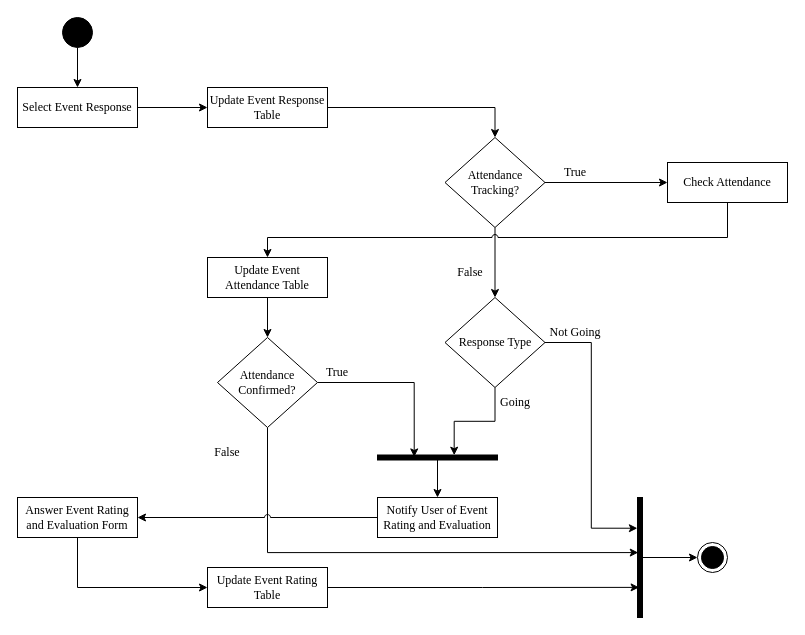
Above: page "Attendance" (11 of 12) of ConnexUs_Chap3.drawio in gvillanueva01/ConnexUs_diagrams (draw.io), before the change. Source tidied: cells renumbered, new cells numbered last; positions are measured from the earlier drawing's top-left corner, leaving out a move shared by most shapes. Both pictures are drawn from the tidied source at 100%, with x=0, y=0 at pixel (17, 17).
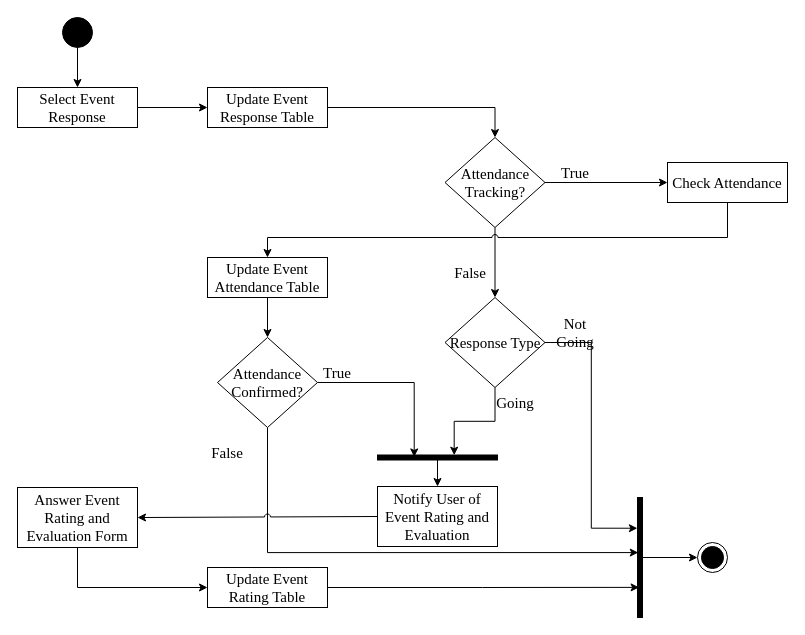
After the change.

The edit, as a diff of the source:
```diff
@@
-    <mxCell id="2" style="edgeStyle=orthogonalEdgeStyle;rounded=0;jettySize=auto;html=1;" parent="1" edge="1" source="3" target="5">
+    <mxCell id="2" style="edgeStyle=orthogonalEdgeStyle;rounded=0;jettySize=auto;html=1;fontSize=15;" parent="1" edge="1" source="3" target="5">
       <mxGeometry relative="1" as="geometry" />
     </mxCell>
-    <mxCell id="3" style="ellipse;fillColor=strokeColor;html=1;" parent="1" vertex="1">
+    <mxCell id="3" style="ellipse;fillColor=strokeColor;html=1;fontSize=15;" parent="1" vertex="1">
       <mxGeometry x="45" width="30" height="30" as="geometry" />
     </mxCell>
-    <mxCell id="4" style="edgeStyle=orthogonalEdgeStyle;rounded=0;jettySize=auto;html=1;" parent="1" edge="1" source="5" target="15">
+    <mxCell id="4" style="edgeStyle=orthogonalEdgeStyle;rounded=0;jettySize=auto;html=1;fontSize=15;" parent="1" edge="1" source="5" target="15">
       <mxGeometry relative="1" as="geometry" />
     </mxCell>
-    <mxCell id="5" value="Select Event Response" style="rounded=0;whiteSpace=wrap;html=1;fontFamily=Times New Roman;" parent="1" vertex="1">
+    <mxCell id="5" value="Select Event Response" style="rounded=0;whiteSpace=wrap;html=1;fontFamily=Times New Roman;fontSize=15;" parent="1" vertex="1">
       <mxGeometry y="70" width="120" height="40" as="geometry" />
     </mxCell>
-    <mxCell id="6" style="edgeStyle=orthogonalEdgeStyle;rounded=0;jettySize=auto;html=1;entryX=0.039;entryY=0.361;entryDx=0;entryDy=0;entryPerimeter=0;" parent="1" edge="1" source="8" target="10">
+    <mxCell id="6" style="edgeStyle=orthogonalEdgeStyle;rounded=0;jettySize=auto;html=1;entryX=0.039;entryY=0.361;entryDx=0;entryDy=0;entryPerimeter=0;fontSize=15;" parent="1" edge="1" source="8" target="10">
       <mxGeometry relative="1" as="geometry" />
     </mxCell>
-    <mxCell id="7" style="edgeStyle=orthogonalEdgeStyle;rounded=0;jettySize=auto;html=1;exitX=1;exitY=0.5;exitDx=0;exitDy=0;entryX=1.026;entryY=0.744;entryDx=0;entryDy=0;entryPerimeter=0;" parent="1" edge="1" source="8" target="37">
+    <mxCell id="7" style="edgeStyle=orthogonalEdgeStyle;rounded=0;jettySize=auto;html=1;exitX=1;exitY=0.5;exitDx=0;exitDy=0;entryX=1.026;entryY=0.744;entryDx=0;entryDy=0;entryPerimeter=0;fontSize=15;" parent="1" edge="1" source="8" target="37">
       <mxGeometry relative="1" as="geometry" />
     </mxCell>
-    <mxCell id="8" value="&lt;font face=&quot;Times New Roman&quot;&gt;Response Type&lt;/font&gt;" style="shape=rhombus;html=1;dashed=0;whiteSpace=wrap;perimeter=rhombusPerimeter;" parent="1" vertex="1">
+    <mxCell id="8" value="&lt;font face=&quot;Times New Roman&quot; style=&quot;font-size: 15px;&quot;&gt;Response Type&lt;/font&gt;" style="shape=rhombus;html=1;dashed=0;whiteSpace=wrap;perimeter=rhombusPerimeter;fontSize=15;" parent="1" vertex="1">
       <mxGeometry x="427.5" y="280" width="100" height="90" as="geometry" />
     </mxCell>
-    <mxCell id="9" style="edgeStyle=orthogonalEdgeStyle;rounded=0;jettySize=auto;html=1;entryX=0.5;entryY=0;entryDx=0;entryDy=0;" parent="1" edge="1" source="10" target="29">
+    <mxCell id="9" style="edgeStyle=orthogonalEdgeStyle;rounded=0;jettySize=auto;html=1;entryX=0.5;entryY=0;entryDx=0;entryDy=0;fontSize=15;" parent="1" edge="1" source="10" target="29">
       <mxGeometry relative="1" as="geometry" />
     </mxCell>
-    <mxCell id="10" style="html=1;points=[];perimeter=orthogonalPerimeter;fillColor=strokeColor;rotation=90;" parent="1" vertex="1">
+    <mxCell id="10" style="html=1;points=[];perimeter=orthogonalPerimeter;fillColor=strokeColor;rotation=90;fontSize=15;" parent="1" vertex="1">
       <mxGeometry x="417.5" y="380" width="5" height="120" as="geometry" />
     </mxCell>
-    <mxCell id="11" style="ellipse;html=1;shape=endState;fillColor=strokeColor;" parent="1" vertex="1">
+    <mxCell id="11" style="ellipse;html=1;shape=endState;fillColor=strokeColor;fontSize=15;" parent="1" vertex="1">
       <mxGeometry x="680" y="525" width="30" height="30" as="geometry" />
     </mxCell>
-    <mxCell id="12" value="Going" style="text;html=1;strokeColor=none;fillColor=none;align=center;verticalAlign=middle;whiteSpace=wrap;rounded=0;fontFamily=Times New Roman;" parent="1" vertex="1">
+    <mxCell id="12" value="Going" style="text;html=1;strokeColor=none;fillColor=none;align=center;verticalAlign=middle;whiteSpace=wrap;rounded=0;fontFamily=Times New Roman;fontSize=15;" parent="1" vertex="1">
       <mxGeometry x="467.5" y="370" width="60" height="30" as="geometry" />
     </mxCell>
-    <mxCell id="13" value="Not Going" style="text;html=1;strokeColor=none;fillColor=none;align=center;verticalAlign=middle;whiteSpace=wrap;rounded=0;fontFamily=Times New Roman;" parent="1" vertex="1">
+    <mxCell id="13" value="Not Going" style="text;html=1;strokeColor=none;fillColor=none;align=center;verticalAlign=middle;whiteSpace=wrap;rounded=0;fontFamily=Times New Roman;fontSize=15;" parent="1" vertex="1">
       <mxGeometry x="527.5" y="300" width="60" height="30" as="geometry" />
     </mxCell>
-    <mxCell id="14" style="edgeStyle=orthogonalEdgeStyle;rounded=0;jettySize=auto;html=1;entryX=0.5;entryY=0;entryDx=0;entryDy=0;" parent="1" edge="1" source="15" target="18">
+    <mxCell id="14" style="edgeStyle=orthogonalEdgeStyle;rounded=0;jettySize=auto;html=1;entryX=0.5;entryY=0;entryDx=0;entryDy=0;fontSize=15;" parent="1" edge="1" source="15" target="18">
       <mxGeometry relative="1" as="geometry" />
     </mxCell>
-    <mxCell id="15" value="Update Event Response Table" style="rounded=0;whiteSpace=wrap;html=1;fontFamily=Times New Roman;" parent="1" vertex="1">
+    <mxCell id="15" value="Update Event Response Table" style="rounded=0;whiteSpace=wrap;html=1;fontFamily=Times New Roman;fontSize=15;" parent="1" vertex="1">
       <mxGeometry x="190" y="70" width="120" height="40" as="geometry" />
     </mxCell>
-    <mxCell id="16" style="edgeStyle=orthogonalEdgeStyle;rounded=0;jettySize=auto;html=1;entryX=0;entryY=0.5;entryDx=0;entryDy=0;" parent="1" edge="1" source="18" target="21">
+    <mxCell id="16" style="edgeStyle=orthogonalEdgeStyle;rounded=0;jettySize=auto;html=1;entryX=0;entryY=0.5;entryDx=0;entryDy=0;fontSize=15;" parent="1" edge="1" source="18" target="21">
       <mxGeometry relative="1" as="geometry" />
     </mxCell>
-    <mxCell id="17" style="edgeStyle=orthogonalEdgeStyle;rounded=0;jettySize=auto;html=1;" parent="1" edge="1" source="18" target="8">
+    <mxCell id="17" style="edgeStyle=orthogonalEdgeStyle;rounded=0;jettySize=auto;html=1;fontSize=15;" parent="1" edge="1" source="18" target="8">
       <mxGeometry relative="1" as="geometry" />
     </mxCell>
-    <mxCell id="18" value="&lt;font face=&quot;Times New Roman&quot;&gt;Attendance Tracking?&lt;/font&gt;" style="shape=rhombus;html=1;dashed=0;whiteSpace=wrap;perimeter=rhombusPerimeter;" parent="1" vertex="1">
+    <mxCell id="18" value="&lt;font face=&quot;Times New Roman&quot; style=&quot;font-size: 15px;&quot;&gt;Attendance Tracking?&lt;/font&gt;" style="shape=rhombus;html=1;dashed=0;whiteSpace=wrap;perimeter=rhombusPerimeter;fontSize=15;" parent="1" vertex="1">
       <mxGeometry x="427.5" y="120" width="100" height="90" as="geometry" />
     </mxCell>
-    <mxCell id="19" value="False" style="text;html=1;strokeColor=none;fillColor=none;align=center;verticalAlign=middle;whiteSpace=wrap;rounded=0;fontFamily=Times New Roman;" parent="1" vertex="1">
+    <mxCell id="19" value="False" style="text;html=1;strokeColor=none;fillColor=none;align=center;verticalAlign=middle;whiteSpace=wrap;rounded=0;fontFamily=Times New Roman;fontSize=15;" parent="1" vertex="1">
       <mxGeometry x="422.5" y="240" width="60" height="30" as="geometry" />
     </mxCell>
-    <mxCell id="20" style="edgeStyle=orthogonalEdgeStyle;rounded=0;jettySize=auto;html=1;entryX=0.5;entryY=0;entryDx=0;entryDy=0;jumpStyle=arc;" parent="1" edge="1" source="21" target="27">
+    <mxCell id="20" style="edgeStyle=orthogonalEdgeStyle;rounded=0;jettySize=auto;html=1;entryX=0.5;entryY=0;entryDx=0;entryDy=0;jumpStyle=arc;fontSize=15;" parent="1" edge="1" source="21" target="27">
       <mxGeometry relative="1" as="geometry">
         <Array as="points">
           <mxPoint x="710" y="220" />
           <mxPoint x="250" y="220" />
         </Array>
       </mxGeometry>
     </mxCell>
-    <mxCell id="21" value="Check Attendance" style="rounded=0;whiteSpace=wrap;html=1;fontFamily=Times New Roman;" parent="1" vertex="1">
+    <mxCell id="21" value="Check Attendance" style="rounded=0;whiteSpace=wrap;html=1;fontFamily=Times New Roman;fontSize=15;" parent="1" vertex="1">
       <mxGeometry x="650" y="145" width="120" height="40" as="geometry" />
     </mxCell>
-    <mxCell id="22" style="edgeStyle=orthogonalEdgeStyle;rounded=0;jettySize=auto;html=1;entryX=0.387;entryY=0.694;entryDx=0;entryDy=0;entryPerimeter=0;" parent="1" edge="1" source="24" target="10">
+    <mxCell id="22" style="edgeStyle=orthogonalEdgeStyle;rounded=0;jettySize=auto;html=1;entryX=0.387;entryY=0.694;entryDx=0;entryDy=0;entryPerimeter=0;fontSize=15;" parent="1" edge="1" source="24" target="10">
       <mxGeometry relative="1" as="geometry" />
     </mxCell>
-    <mxCell id="23" style="edgeStyle=orthogonalEdgeStyle;rounded=0;jettySize=auto;html=1;exitX=0.5;exitY=1;exitDx=0;exitDy=0;entryX=0.852;entryY=0.541;entryDx=0;entryDy=0;entryPerimeter=0;jumpStyle=arc;" parent="1" edge="1" source="24" target="37">
+    <mxCell id="23" style="edgeStyle=orthogonalEdgeStyle;rounded=0;jettySize=auto;html=1;exitX=0.5;exitY=1;exitDx=0;exitDy=0;entryX=0.852;entryY=0.541;entryDx=0;entryDy=0;entryPerimeter=0;jumpStyle=arc;fontSize=15;" parent="1" edge="1" source="24" target="37">
       <mxGeometry relative="1" as="geometry" />
     </mxCell>
-    <mxCell id="24" value="&lt;font face=&quot;Times New Roman&quot;&gt;Attendance Confirmed?&lt;/font&gt;" style="shape=rhombus;html=1;dashed=0;whiteSpace=wrap;perimeter=rhombusPerimeter;" parent="1" vertex="1">
+    <mxCell id="24" value="&lt;font face=&quot;Times New Roman&quot; style=&quot;font-size: 15px;&quot;&gt;Attendance Confirmed?&lt;/font&gt;" style="shape=rhombus;html=1;dashed=0;whiteSpace=wrap;perimeter=rhombusPerimeter;fontSize=15;" parent="1" vertex="1">
       <mxGeometry x="200" y="320" width="100" height="90" as="geometry" />
     </mxCell>
-    <mxCell id="25" value="True" style="text;html=1;strokeColor=none;fillColor=none;align=center;verticalAlign=middle;whiteSpace=wrap;rounded=0;fontFamily=Times New Roman;" parent="1" vertex="1">
+    <mxCell id="25" value="True" style="text;html=1;strokeColor=none;fillColor=none;align=center;verticalAlign=middle;whiteSpace=wrap;rounded=0;fontFamily=Times New Roman;fontSize=15;" parent="1" vertex="1">
       <mxGeometry x="527.5" y="140" width="60" height="30" as="geometry" />
     </mxCell>
-    <mxCell id="26" style="edgeStyle=orthogonalEdgeStyle;rounded=0;jettySize=auto;html=1;entryX=0.5;entryY=0;entryDx=0;entryDy=0;" parent="1" edge="1" source="27" target="24">
+    <mxCell id="26" style="edgeStyle=orthogonalEdgeStyle;rounded=0;jettySize=auto;html=1;entryX=0.5;entryY=0;entryDx=0;entryDy=0;fontSize=15;" parent="1" edge="1" source="27" target="24">
       <mxGeometry relative="1" as="geometry" />
     </mxCell>
-    <mxCell id="27" value="Update Event Attendance Table" style="rounded=0;whiteSpace=wrap;html=1;fontFamily=Times New Roman;" parent="1" vertex="1">
+    <mxCell id="27" value="Update Event Attendance Table" style="rounded=0;whiteSpace=wrap;html=1;fontFamily=Times New Roman;fontSize=15;" parent="1" vertex="1">
       <mxGeometry x="190" y="240" width="120" height="40" as="geometry" />
     </mxCell>
-    <mxCell id="28" style="edgeStyle=orthogonalEdgeStyle;rounded=0;jettySize=auto;html=1;entryX=1;entryY=0.5;entryDx=0;entryDy=0;jumpStyle=arc;" parent="1" edge="1" source="29" target="31">
+    <mxCell id="28" style="edgeStyle=orthogonalEdgeStyle;rounded=0;jettySize=auto;html=1;entryX=1;entryY=0.5;entryDx=0;entryDy=0;jumpStyle=arc;fontSize=15;" parent="1" edge="1" source="29" target="31">
       <mxGeometry relative="1" as="geometry" />
     </mxCell>
-    <mxCell id="29" value="Notify User of Event Rating and Evaluation" style="rounded=0;whiteSpace=wrap;html=1;fontFamily=Times New Roman;" parent="1" vertex="1">
-      <mxGeometry x="360" y="480" width="120" height="40" as="geometry" />
+    <mxCell id="29" value="Notify User of Event Rating and Evaluation" style="rounded=0;whiteSpace=wrap;html=1;fontFamily=Times New Roman;fontSize=15;" parent="1" vertex="1">
+      <mxGeometry x="360" y="469" width="120" height="60" as="geometry" />
     </mxCell>
-    <mxCell id="30" style="edgeStyle=orthogonalEdgeStyle;rounded=0;jettySize=auto;html=1;entryX=0;entryY=0.5;entryDx=0;entryDy=0;" parent="1" edge="1" source="31" target="33">
+    <mxCell id="30" style="edgeStyle=orthogonalEdgeStyle;rounded=0;jettySize=auto;html=1;entryX=0;entryY=0.5;entryDx=0;entryDy=0;fontSize=15;" parent="1" edge="1" source="31" target="33">
       <mxGeometry relative="1" as="geometry">
         <Array as="points">
           <mxPoint x="60" y="570" />
         </Array>
       </mxGeometry>
     </mxCell>
-    <mxCell id="31" value="Answer Event Rating and Evaluation Form" style="rounded=0;whiteSpace=wrap;html=1;fontFamily=Times New Roman;" parent="1" vertex="1">
-      <mxGeometry y="480" width="120" height="40" as="geometry" />
+    <mxCell id="31" value="Answer Event Rating and Evaluation Form" style="rounded=0;whiteSpace=wrap;html=1;fontFamily=Times New Roman;fontSize=15;" parent="1" vertex="1">
+      <mxGeometry y="470" width="120" height="60" as="geometry" />
     </mxCell>
-    <mxCell id="32" style="edgeStyle=orthogonalEdgeStyle;rounded=0;jettySize=auto;html=1;entryX=0.678;entryY=0.251;entryDx=0;entryDy=0;entryPerimeter=0;" parent="1" edge="1" source="33" target="37">
+    <mxCell id="32" style="edgeStyle=orthogonalEdgeStyle;rounded=0;jettySize=auto;html=1;entryX=0.678;entryY=0.251;entryDx=0;entryDy=0;entryPerimeter=0;fontSize=15;" parent="1" edge="1" source="33" target="37">
       <mxGeometry relative="1" as="geometry" />
     </mxCell>
-    <mxCell id="33" value="Update Event Rating Table" style="rounded=0;whiteSpace=wrap;html=1;fontFamily=Times New Roman;" parent="1" vertex="1">
+    <mxCell id="33" value="Update Event Rating Table" style="rounded=0;whiteSpace=wrap;html=1;fontFamily=Times New Roman;fontSize=15;" parent="1" vertex="1">
       <mxGeometry x="190" y="550" width="120" height="40" as="geometry" />
     </mxCell>
-    <mxCell id="34" value="True" style="text;html=1;strokeColor=none;fillColor=none;align=center;verticalAlign=middle;whiteSpace=wrap;rounded=0;fontFamily=Times New Roman;" parent="1" vertex="1">
+    <mxCell id="34" value="True" style="text;html=1;strokeColor=none;fillColor=none;align=center;verticalAlign=middle;whiteSpace=wrap;rounded=0;fontFamily=Times New Roman;fontSize=15;" parent="1" vertex="1">
       <mxGeometry x="290" y="340" width="60" height="30" as="geometry" />
     </mxCell>
-    <mxCell id="35" value="False" style="text;html=1;strokeColor=none;fillColor=none;align=center;verticalAlign=middle;whiteSpace=wrap;rounded=0;fontFamily=Times New Roman;" parent="1" vertex="1">
+    <mxCell id="35" value="False" style="text;html=1;strokeColor=none;fillColor=none;align=center;verticalAlign=middle;whiteSpace=wrap;rounded=0;fontFamily=Times New Roman;fontSize=15;" parent="1" vertex="1">
       <mxGeometry x="180" y="420" width="60" height="30" as="geometry" />
     </mxCell>
-    <mxCell id="36" style="edgeStyle=orthogonalEdgeStyle;rounded=0;jettySize=auto;html=1;entryX=0;entryY=0.5;entryDx=0;entryDy=0;" parent="1" edge="1" source="37" target="11">
+    <mxCell id="36" style="edgeStyle=orthogonalEdgeStyle;rounded=0;jettySize=auto;html=1;entryX=0;entryY=0.5;entryDx=0;entryDy=0;fontSize=15;" parent="1" edge="1" source="37" target="11">
       <mxGeometry relative="1" as="geometry" />
     </mxCell>
-    <mxCell id="37" style="html=1;points=[];perimeter=orthogonalPerimeter;fillColor=strokeColor;rotation=-180;" parent="1" vertex="1">
+    <mxCell id="37" style="html=1;points=[];perimeter=orthogonalPerimeter;fillColor=strokeColor;rotation=-180;fontSize=15;" parent="1" vertex="1">
       <mxGeometry x="620" y="480" width="5" height="120" as="geometry" />
     </mxCell>
```
